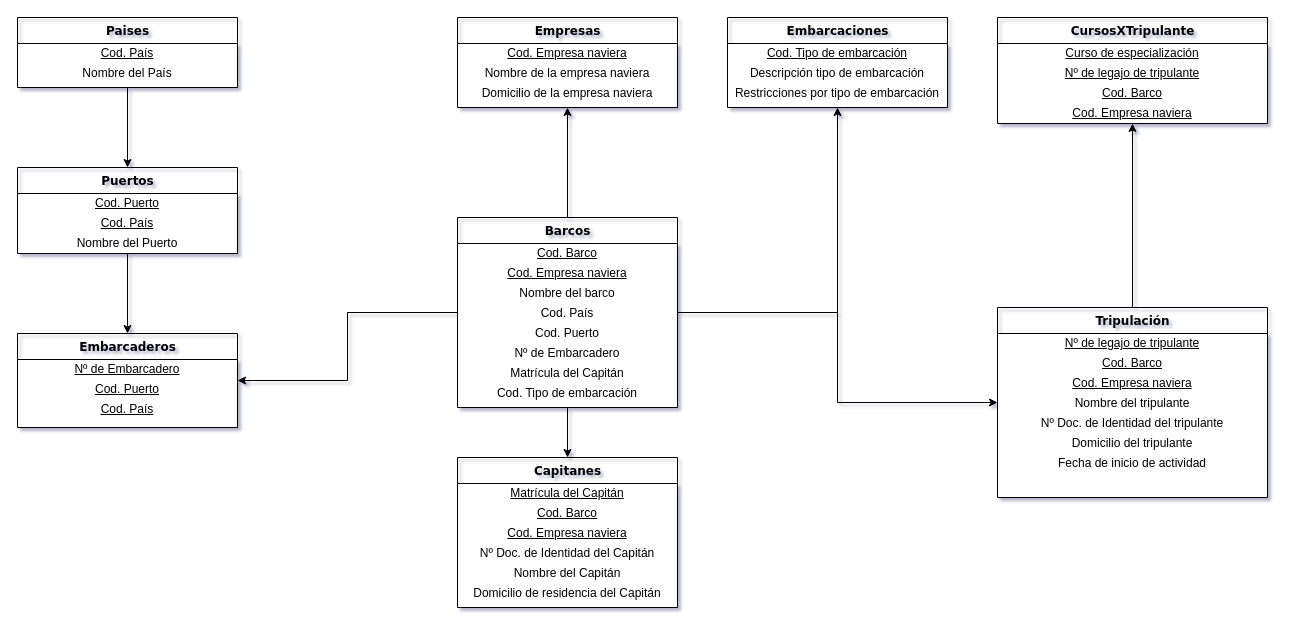
Earlier version of the draw.io diagram TPI_Barcos/2FN_Puyelli.drawio (FedericoRocca/DyADDBB_1erCuatrimestre_2021). Source tidied: cells renumbered, new cells numbered last; positions are measured from the earlier drawing's top-left corner, leaving out a move shared by most shapes. Both pictures are drawn from the tidied source at 100%, with x=0, y=0 at pixel (17, 17).
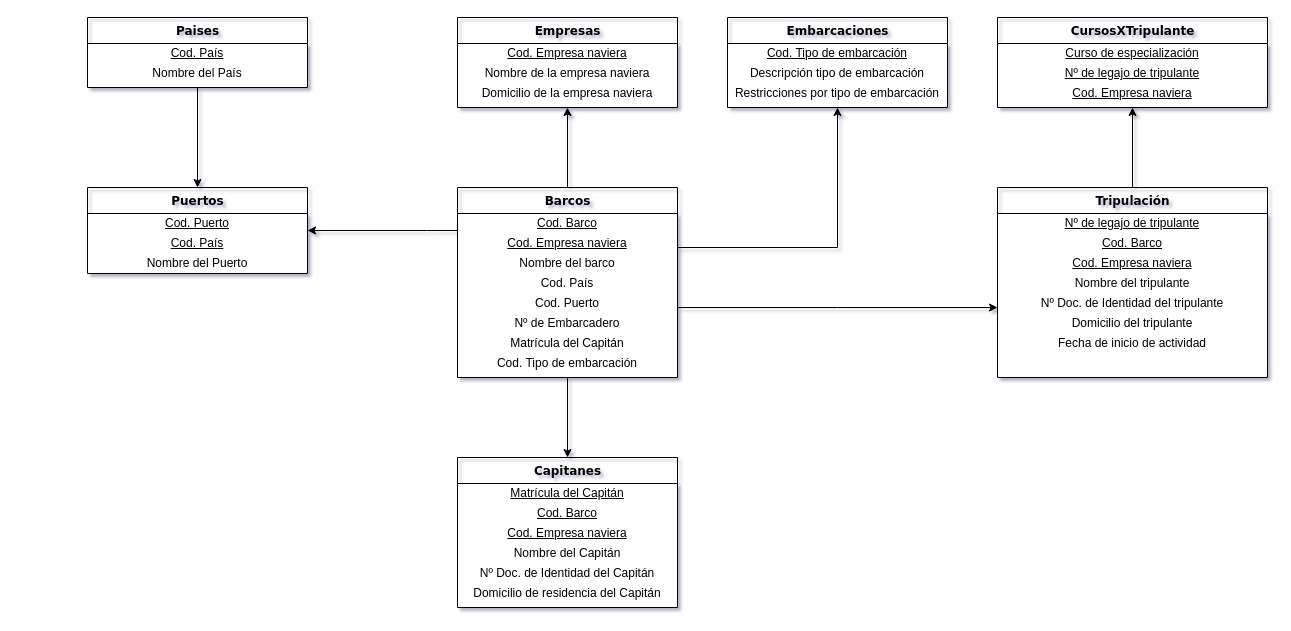
After the change.

Unchanged cells that the change refers to:
```xml
<mxCell id="38" value="Embarcaciones" style="swimlane;html=1;fontStyle=1;align=center;verticalAlign=top;horizontal=1;startSize=26;swimlaneFillColor=#ffffff;rounded=0;shadow=0;comic=0;labelBackgroundColor=none;strokeWidth=1;fillColor=none;fontFamily=Verdana;fontSize=12;" parent="1" vertex="1">
  <mxGeometry x="710" width="220" height="90" as="geometry" />
</mxCell>
<mxCell id="51" value="Capitanes" style="swimlane;html=1;fontStyle=1;align=center;verticalAlign=top;horizontal=1;startSize=26;swimlaneFillColor=#ffffff;rounded=0;shadow=0;comic=0;labelBackgroundColor=none;strokeWidth=1;fillColor=none;fontFamily=Verdana;fontSize=12;" parent="1" vertex="1">
  <mxGeometry x="440" y="440" width="220" height="150" as="geometry" />
</mxCell>
```

The edit, as a diff of the source:
```diff
@@
     <mxCell id="3" style="edgeStyle=orthogonalEdgeStyle;rounded=0;jettySize=auto;html=1;" parent="1" edge="1" source="7" target="38">
-      <mxGeometry relative="1" as="geometry" />
+      <mxGeometry relative="1" as="geometry">
+        <Array as="points">
+          <mxPoint x="820" y="230" />
+        </Array>
+      </mxGeometry>
     </mxCell>
     <mxCell id="4" style="edgeStyle=orthogonalEdgeStyle;rounded=0;jettySize=auto;html=1;" parent="1" edge="1" source="7" target="17">
-      <mxGeometry relative="1" as="geometry" />
+      <mxGeometry relative="1" as="geometry">
+        <Array as="points">
+          <mxPoint x="820" y="290" />
+          <mxPoint x="820" y="290" />
+        </Array>
+      </mxGeometry>
     </mxCell>
-    <mxCell id="5" style="edgeStyle=orthogonalEdgeStyle;rounded=0;jettySize=auto;html=1;" parent="1" edge="1" source="7" target="47">
-      <mxGeometry relative="1" as="geometry" />
-    </mxCell>
@@
+    <mxCell id="58" style="edgeStyle=orthogonalEdgeStyle;rounded=0;jettySize=auto;html=1;" parent="1" edge="1" source="7" target="34">
+      <mxGeometry relative="1" as="geometry">
+        <Array as="points">
+          <mxPoint x="410" y="213" />
+          <mxPoint x="410" y="213" />
+        </Array>
+      </mxGeometry>
+    </mxCell>
     <mxCell id="7" value="Barcos" style="swimlane;html=1;fontStyle=1;align=center;verticalAlign=top;horizontal=1;startSize=26;swimlaneFillColor=#ffffff;rounded=0;shadow=0;comic=0;labelBackgroundColor=none;strokeWidth=1;fillColor=none;fontFamily=Verdana;fontSize=12;" parent="1" vertex="1">
-      <mxGeometry x="440" y="200" width="220" height="190" as="geometry" />
+      <mxGeometry x="440" y="170" width="220" height="190" as="geometry" />
     </mxCell>
@@
     <mxCell id="17" value="Tripulación" style="swimlane;html=1;fontStyle=1;align=center;verticalAlign=top;horizontal=1;startSize=26;swimlaneFillColor=#ffffff;rounded=0;shadow=0;comic=0;labelBackgroundColor=none;strokeWidth=1;fillColor=none;fontFamily=Verdana;fontSize=12;" parent="1" vertex="1">
-      <mxGeometry x="980" y="290" width="270" height="190" as="geometry" />
+      <mxGeometry x="980" y="170" width="270" height="190" as="geometry" />
     </mxCell>
@@
     <mxCell id="30" value="Paises" style="swimlane;html=1;fontStyle=1;align=center;verticalAlign=top;horizontal=1;startSize=26;swimlaneFillColor=#ffffff;rounded=0;shadow=0;comic=0;labelBackgroundColor=none;strokeWidth=1;fillColor=none;fontFamily=Verdana;fontSize=12;" parent="1" vertex="1">
-      <mxGeometry width="220" height="70" as="geometry" />
+      <mxGeometry x="70" width="220" height="70" as="geometry" />
     </mxCell>
@@
-    <mxCell id="33" style="edgeStyle=orthogonalEdgeStyle;rounded=0;jettySize=auto;html=1;" parent="1" edge="1" source="34" target="47">
-      <mxGeometry relative="1" as="geometry" />
-    </mxCell>
     <mxCell id="34" value="Puertos" style="swimlane;html=1;fontStyle=1;align=center;verticalAlign=top;horizontal=1;startSize=26;swimlaneFillColor=#ffffff;rounded=0;shadow=0;comic=0;labelBackgroundColor=none;strokeWidth=1;fillColor=none;fontFamily=Verdana;fontSize=12;" parent="1" vertex="1">
-      <mxGeometry y="150" width="220" height="86" as="geometry" />
+      <mxGeometry x="70" y="170" width="220" height="86" as="geometry" />
     </mxCell>
@@
     <mxCell id="42" value="CursosXTripulante" style="swimlane;html=1;fontStyle=1;align=center;verticalAlign=top;horizontal=1;startSize=26;swimlaneFillColor=#ffffff;rounded=0;shadow=0;comic=0;labelBackgroundColor=none;strokeWidth=1;fillColor=none;fontFamily=Verdana;fontSize=12;" parent="1" vertex="1">
-      <mxGeometry x="980" width="270" height="106" as="geometry" />
+      <mxGeometry x="980" width="270" height="90" as="geometry" />
     </mxCell>
@@
-    <mxCell id="45" value="Cod. Barco" style="text;html=1;strokeColor=none;fillColor=none;align=center;verticalAlign=middle;whiteSpace=wrap;rounded=0;fontStyle=4;" parent="42" vertex="1">
-      <mxGeometry y="66" width="270" height="20" as="geometry" />
-    </mxCell>
     <mxCell id="46" value="Cod. Empresa naviera" style="text;html=1;strokeColor=none;fillColor=none;align=center;verticalAlign=middle;whiteSpace=wrap;rounded=0;fontStyle=4;" parent="42" vertex="1">
-      <mxGeometry y="86" width="270" height="20" as="geometry" />
+      <mxGeometry y="66" width="270" height="20" as="geometry" />
     </mxCell>
-    <mxCell id="47" value="Embarcaderos" style="swimlane;html=1;fontStyle=1;align=center;verticalAlign=top;horizontal=1;startSize=26;swimlaneFillColor=#ffffff;rounded=0;shadow=0;comic=0;labelBackgroundColor=none;strokeWidth=1;fillColor=none;fontFamily=Verdana;fontSize=12;" parent="1" vertex="1">
-      <mxGeometry y="316" width="220" height="94" as="geometry" />
-    </mxCell>
-    <mxCell id="48" value="Nº de Embarcadero" style="text;html=1;strokeColor=none;fillColor=none;align=center;verticalAlign=middle;whiteSpace=wrap;rounded=0;fontStyle=4;" parent="47" vertex="1">
-      <mxGeometry y="26" width="220" height="20" as="geometry" />
-    </mxCell>
-    <mxCell id="49" value="Cod. Puerto" style="text;html=1;strokeColor=none;fillColor=none;align=center;verticalAlign=middle;whiteSpace=wrap;rounded=0;fontStyle=4;" parent="47" vertex="1">
-      <mxGeometry y="46" width="220" height="20" as="geometry" />
-    </mxCell>
-    <mxCell id="50" value="Cod. País" style="text;html=1;strokeColor=none;fillColor=none;align=center;verticalAlign=middle;whiteSpace=wrap;rounded=0;fontStyle=4;" parent="47" vertex="1">
-      <mxGeometry y="66" width="220" height="20" as="geometry" />
-    </mxCell>
@@
+    <mxCell id="56" value="Nombre del Capitán" style="text;html=1;strokeColor=none;fillColor=none;align=center;verticalAlign=middle;whiteSpace=wrap;rounded=0;" parent="51" vertex="1">
+      <mxGeometry y="86" width="220" height="20" as="geometry" />
+    </mxCell>
     <mxCell id="55" value="Nº Doc. de Identidad del Capitán" style="text;html=1;strokeColor=none;fillColor=none;align=center;verticalAlign=middle;whiteSpace=wrap;rounded=0;" parent="51" vertex="1">
-      <mxGeometry y="86" width="220" height="20" as="geometry" />
+      <mxGeometry y="106" width="220" height="20" as="geometry" />
     </mxCell>
-    <mxCell id="56" value="Nombre del Capitán" style="text;html=1;strokeColor=none;fillColor=none;align=center;verticalAlign=middle;whiteSpace=wrap;rounded=0;" parent="51" vertex="1">
-      <mxGeometry y="106" width="220" height="20" as="geometry" />
-    </mxCell>
```
